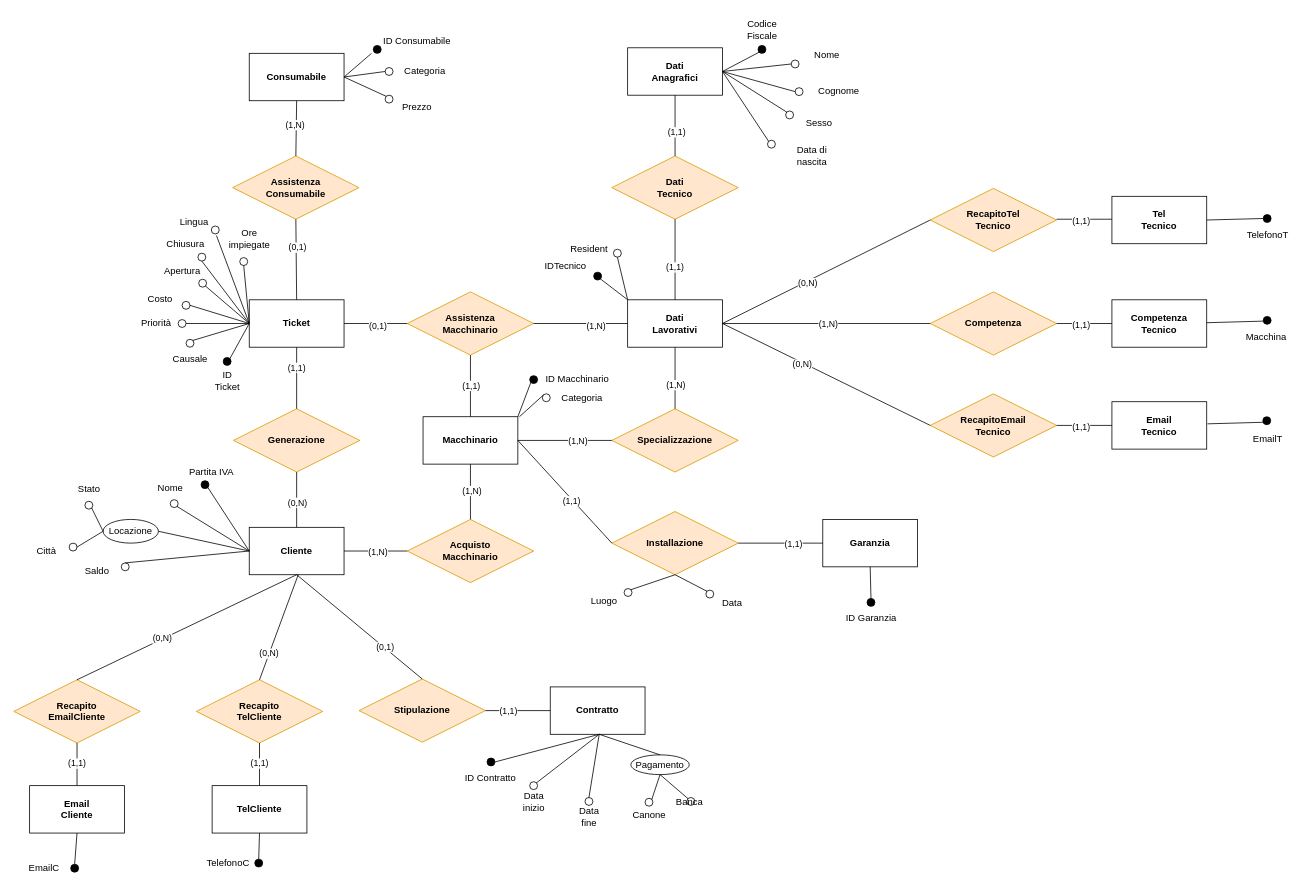
fedeStaffo/Progetto_Basi_di_dati keeps this draw.io diagram as Diagrammi/er finale logica.drawio. Above is the earlier version. Source tidied: cells renumbered, new cells numbered last; positions are measured from the earlier drawing's top-left corner, leaving out a move shared by most shapes. Both pictures are drawn from the tidied source at 79%, with x=0, y=0 at pixel (13, 13).
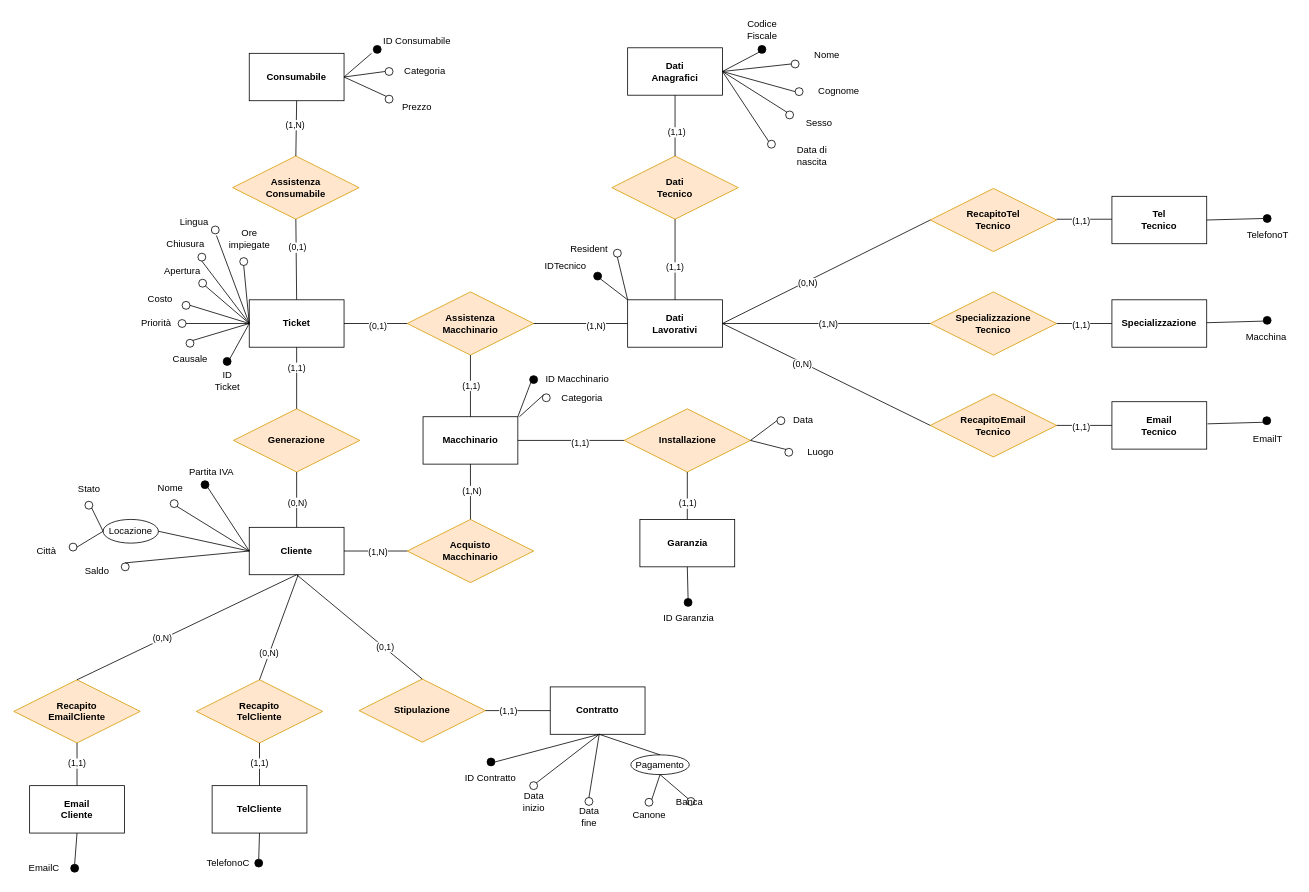
After the change.

Commit message (it also covers changes not shown here):
modificata relazione competenza: specializzazione

Unchanged cells that the change refers to:
```xml
<mxCell id="19" value="&lt;b&gt;Macchinario&lt;/b&gt;" style="rounded=0;whiteSpace=wrap;html=1;" parent="1" vertex="1">
  <mxGeometry x="518" y="510" width="120" height="60" as="geometry" />
</mxCell>
<mxCell id="110" value="&lt;b&gt;Dati&lt;br&gt;Lavorativi&lt;br&gt;&lt;/b&gt;" style="rounded=0;whiteSpace=wrap;html=1;" parent="1" vertex="1">
  <mxGeometry x="777" y="362" width="120" height="60" as="geometry" />
</mxCell>
```

The edit, as a diff of the source:
```diff
@@
     <mxCell id="74" value="&lt;b&gt;Installazione&lt;/b&gt;" style="rhombus;whiteSpace=wrap;html=1;fillColor=#ffe6cc;strokeColor=#d79b00;" parent="1" vertex="1">
-      <mxGeometry x="757" y="630" width="160" height="80" as="geometry" />
+      <mxGeometry x="772.5" y="500" width="160" height="80" as="geometry" />
     </mxCell>
     <mxCell id="75" value="&lt;b&gt;Garanzia&lt;/b&gt;" style="rounded=0;whiteSpace=wrap;html=1;" parent="1" vertex="1">
-      <mxGeometry x="1024" y="640" width="120" height="60" as="geometry" />
+      <mxGeometry x="792.5" y="640" width="120" height="60" as="geometry" />
     </mxCell>
     <mxCell id="76" style="ellipse;whiteSpace=wrap;html=1;strokeColor=#000000;fillColor=#000000;" parent="1" vertex="1">
-      <mxGeometry x="1080" y="740" width="10" height="10" as="geometry" />
+      <mxGeometry x="848.5" y="740" width="10" height="10" as="geometry" />
     </mxCell>
     <mxCell id="77" value="ID Garanzia" style="text;html=1;align=center;verticalAlign=middle;strokeColor=none;fillColor=none;" parent="1" vertex="1">
-      <mxGeometry x="1040" y="750" width="90" height="30" as="geometry" />
+      <mxGeometry x="808.5" y="750" width="90" height="30" as="geometry" />
     </mxCell>
@@
     <mxCell id="79" style="ellipse;whiteSpace=wrap;html=1;" parent="1" vertex="1">
-      <mxGeometry x="876" y="729.5" width="10" height="10" as="geometry" />
+      <mxGeometry x="966" y="510" width="10" height="10" as="geometry" />
     </mxCell>
     <mxCell id="80" style="ellipse;whiteSpace=wrap;html=1;" parent="1" vertex="1">
-      <mxGeometry x="772.5" y="727.5" width="10" height="10" as="geometry" />
+      <mxGeometry x="976" y="550" width="10" height="10" as="geometry" />
     </mxCell>
     <mxCell id="81" value="Luogo" style="text;html=1;align=center;verticalAlign=middle;strokeColor=none;fillColor=none;" parent="1" vertex="1">
-      <mxGeometry x="717" y="727.5" width="60" height="30" as="geometry" />
+      <mxGeometry x="990.5" y="540" width="60" height="30" as="geometry" />
     </mxCell>
     <mxCell id="82" value="Data" style="text;html=1;align=center;verticalAlign=middle;strokeColor=none;fillColor=none;" parent="1" vertex="1">
-      <mxGeometry x="884" y="730.5" width="50" height="30" as="geometry" />
+      <mxGeometry x="974" y="500" width="50" height="30" as="geometry" />
     </mxCell>
@@
-    <mxCell id="142" value="&lt;b&gt;Specializzazione&lt;/b&gt;" style="rhombus;whiteSpace=wrap;html=1;fillColor=#ffe6cc;strokeColor=#d79b00;" parent="1" vertex="1">
-      <mxGeometry x="757" y="500" width="160" height="80" as="geometry" />
-    </mxCell>
@@
-    <mxCell id="145" style="endArrow=none;html=1;rounded=0;entryX=0;entryY=0.5;entryDx=0;entryDy=0;exitX=1;exitY=0.5;exitDx=0;exitDy=0;" parent="1" edge="1" source="19" target="142">
-      <mxGeometry relative="1" as="geometry" />
-    </mxCell>
-    <mxCell id="146" value="(1,N)" style="edgeLabel;html=1;align=center;verticalAlign=middle;" parent="145" vertex="1">
-      <mxGeometry x="0.29" y="-3" relative="1" as="geometry">
-        <mxPoint x="-2" y="-3" as="offset" />
-      </mxGeometry>
-    </mxCell>
-    <mxCell id="147" style="endArrow=none;html=1;rounded=0;entryX=0.5;entryY=1;entryDx=0;entryDy=0;exitX=0.5;exitY=0;exitDx=0;exitDy=0;" parent="1" edge="1" source="142" target="110">
-      <mxGeometry relative="1" as="geometry" />
-    </mxCell>
-    <mxCell id="148" value="(1,N)" style="edgeLabel;html=1;align=center;verticalAlign=middle;" parent="147" vertex="1">
-      <mxGeometry x="-0.47" y="-2" relative="1" as="geometry">
-        <mxPoint x="-2" y="-10" as="offset" />
-      </mxGeometry>
-    </mxCell>
@@
-    <mxCell id="167" style="endArrow=none;html=1;rounded=0;entryX=0;entryY=0.5;entryDx=0;entryDy=0;exitX=1;exitY=0.5;exitDx=0;exitDy=0;" parent="1" edge="1" source="74" target="75">
-      <mxGeometry relative="1" as="geometry" />
-    </mxCell>
-    <mxCell id="168" value="(1,1)" style="edgeLabel;html=1;align=center;verticalAlign=middle;" parent="167" vertex="1">
-      <mxGeometry x="0.29" relative="1" as="geometry" />
-    </mxCell>
-    <mxCell id="169" style="endArrow=none;html=1;rounded=0;exitX=1;exitY=0;exitDx=0;exitDy=0;entryX=0.5;entryY=1;entryDx=0;entryDy=0;" parent="1" edge="1" source="80" target="74">
-      <mxGeometry relative="1" as="geometry" />
-    </mxCell>
-    <mxCell id="170" style="endArrow=none;html=1;rounded=0;exitX=0.5;exitY=1;exitDx=0;exitDy=0;entryX=0;entryY=0;entryDx=0;entryDy=0;" parent="1" edge="1" source="74" target="79">
-      <mxGeometry relative="1" as="geometry" />
-    </mxCell>
@@
-    <mxCell id="179" value="&lt;b&gt;Competenza&lt;/b&gt;" style="rhombus;whiteSpace=wrap;html=1;fillColor=#ffe6cc;strokeColor=#d79b00;" parent="1" vertex="1">
+    <mxCell id="179" value="&lt;b&gt;Specializzazione&lt;/b&gt;&lt;b&gt;&lt;br&gt;Tecnico&lt;/b&gt;" style="rhombus;whiteSpace=wrap;html=1;fillColor=#ffe6cc;strokeColor=#d79b00;" parent="1" vertex="1">
       <mxGeometry x="1160" y="352" width="160" height="80" as="geometry" />
     </mxCell>
-    <mxCell id="180" value="&lt;b&gt;Competenza&lt;br&gt;Tecnico&lt;br&gt;&lt;/b&gt;" style="rounded=0;whiteSpace=wrap;html=1;" parent="1" vertex="1">
+    <mxCell id="180" value="&lt;b&gt;Specializzazione&lt;br&gt;&lt;/b&gt;" style="rounded=0;whiteSpace=wrap;html=1;" parent="1" vertex="1">
       <mxGeometry x="1390" y="362" width="120" height="60" as="geometry" />
     </mxCell>
@@
+    <mxCell id="200" style="endArrow=none;html=1;rounded=0;entryX=0.5;entryY=1;entryDx=0;entryDy=0;exitX=0.5;exitY=0;exitDx=0;exitDy=0;" parent="1" edge="1" source="75" target="74">
+      <mxGeometry relative="1" as="geometry" />
+    </mxCell>
+    <mxCell id="168" value="(1,1)" style="edgeLabel;html=1;align=center;verticalAlign=middle;" parent="200" vertex="1">
+      <mxGeometry x="-0.31" relative="1" as="geometry" />
+    </mxCell>
+    <mxCell id="201" style="endArrow=none;html=1;rounded=0;entryX=0;entryY=0;entryDx=0;entryDy=0;exitX=1;exitY=0.5;exitDx=0;exitDy=0;" parent="1" edge="1" source="74" target="80">
+      <mxGeometry relative="1" as="geometry" />
+    </mxCell>
+    <mxCell id="170" style="endArrow=none;html=1;rounded=0;entryX=0;entryY=0.5;entryDx=0;entryDy=0;exitX=1;exitY=0.5;exitDx=0;exitDy=0;" parent="1" edge="1" source="74" target="79">
+      <mxGeometry relative="1" as="geometry" />
+    </mxCell>
```
